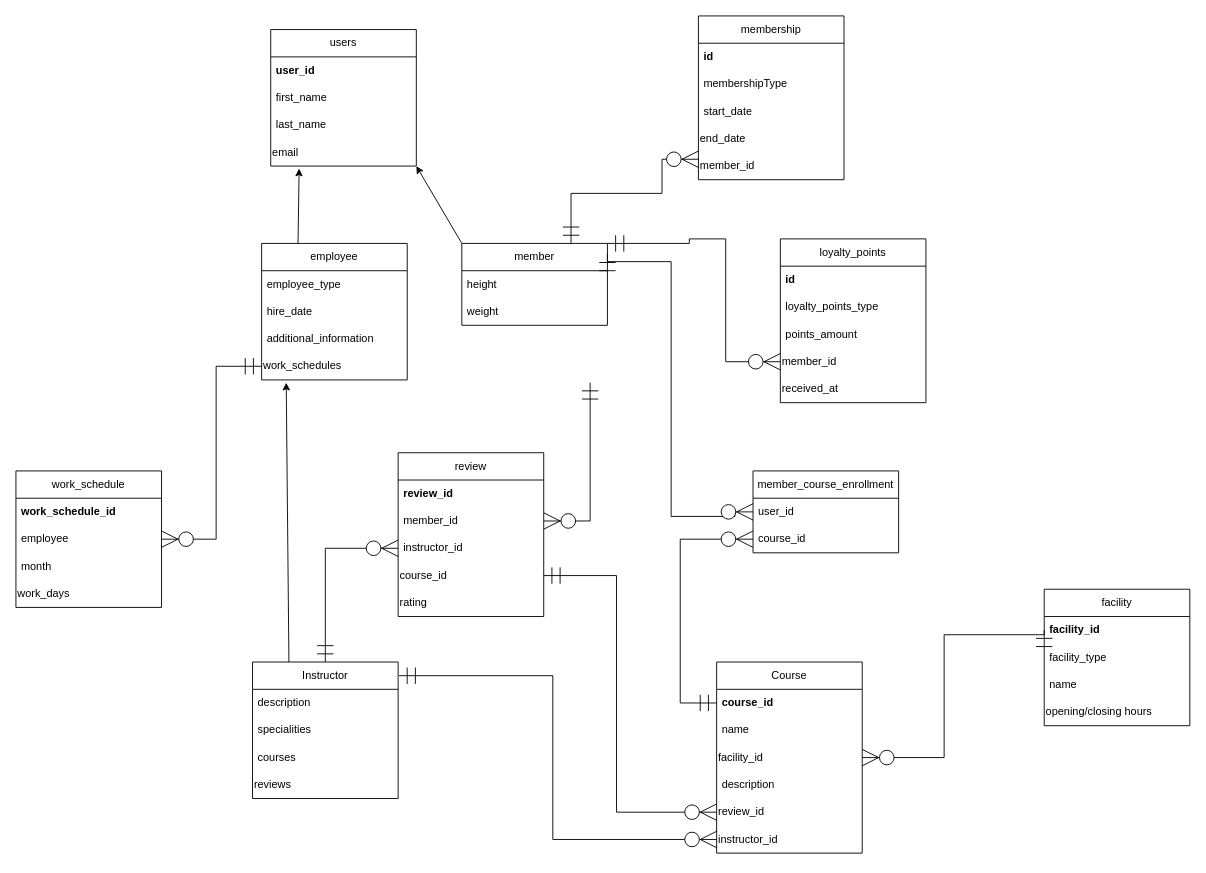
Shanzeee/ZenithActive keeps this draw.io diagram as database_schema.drawio. Above is the earlier version. Source tidied: cells renumbered, new cells numbered last; positions are measured from the earlier drawing's top-left corner, leaving out a move shared by most shapes. Both pictures are drawn from the tidied source at 91%, with x=0, y=0 at pixel (15, 15).
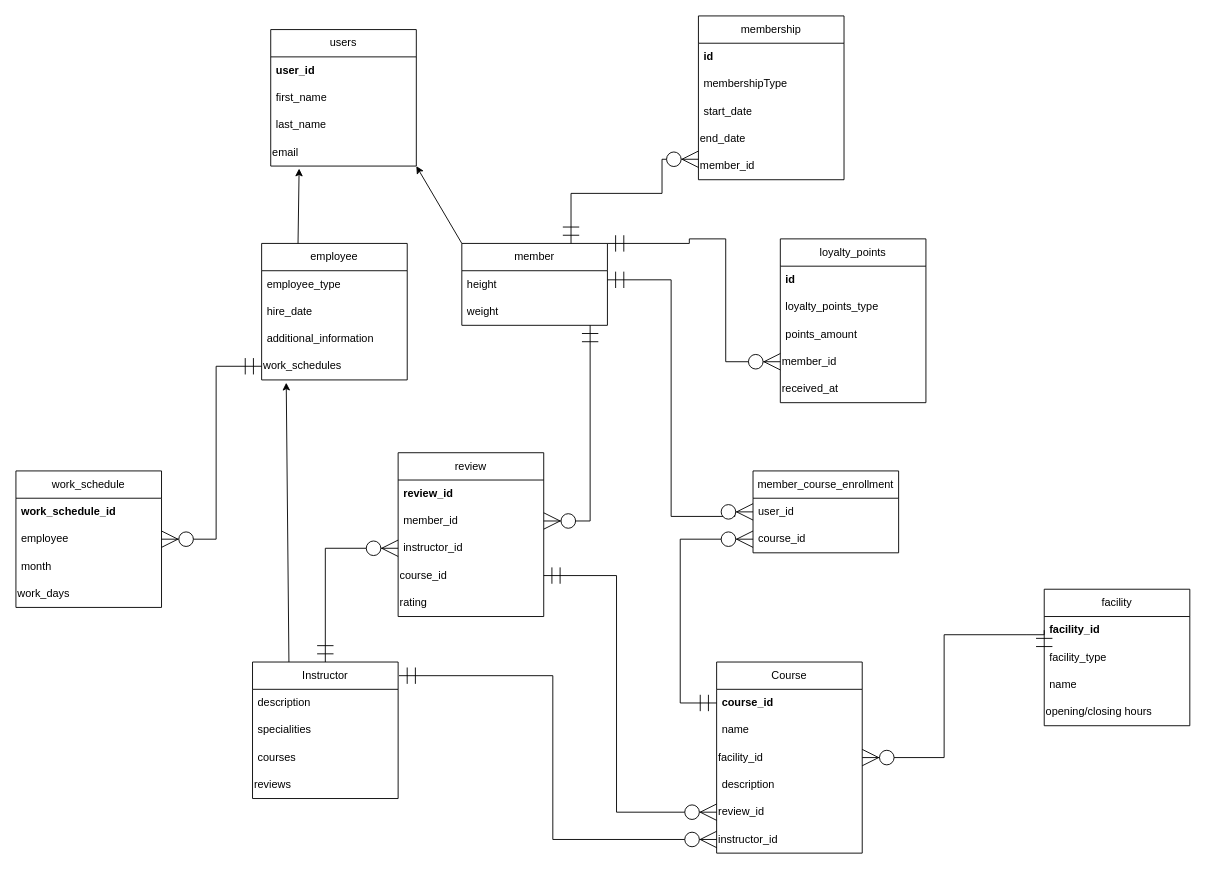
The same diagram, later.

Commit message (it also covers changes not shown here):
[new] update database schema

Unchanged cells that the change refers to:
```xml
<mxCell id="12" value="member" style="swimlane;fontStyle=0;horizontal=1;startSize=30;whiteSpace=wrap;html=1;" parent="1" vertex="1">
  <mxGeometry x="490" y="250" width="160" height="90" as="geometry" />
</mxCell>
<mxCell id="13" value="height" style="text;strokeColor=none;fillColor=none;align=left;verticalAlign=middle;spacingLeft=4;spacingRight=4;overflow=hidden;points=[[0,0.5],[1,0.5]];portConstraint=eastwest;whiteSpace=wrap;html=1;" parent="12" vertex="1">
  <mxGeometry y="30" width="160" height="30" as="geometry" />
</mxCell>
<mxCell id="14" value="weight" style="text;strokeColor=none;fillColor=none;align=left;verticalAlign=middle;spacingLeft=4;spacingRight=4;overflow=hidden;points=[[0,0.5],[1,0.5]];portConstraint=eastwest;whiteSpace=wrap;html=1;" parent="12" vertex="1">
  <mxGeometry y="60" width="160" height="30" as="geometry" />
</mxCell>
<mxCell id="41" value="user_id" style="text;strokeColor=none;fillColor=none;align=left;verticalAlign=middle;spacingLeft=4;spacingRight=4;overflow=hidden;points=[[0,0.5],[1,0.5]];portConstraint=eastwest;whiteSpace=wrap;html=1;" parent="40" vertex="1">
  <mxGeometry y="30" width="160" height="30" as="geometry" />
</mxCell>
<mxCell id="48" value="member_id" style="text;strokeColor=none;fillColor=none;align=left;verticalAlign=middle;spacingLeft=4;spacingRight=4;overflow=hidden;points=[[0,0.5],[1,0.5]];portConstraint=eastwest;whiteSpace=wrap;html=1;" parent="46" vertex="1">
  <mxGeometry y="60" width="160" height="30" as="geometry" />
</mxCell>
```

Diff of the diagram source:
```diff
@@
-    <mxCell id="43" style="edgeStyle=orthogonalEdgeStyle;rounded=0;jettySize=auto;html=1;endArrow=ERzeroToMany;endFill=1;endSize=16;startSize=16;startArrow=ERmandOne;startFill=0;exitX=1;exitY=0.133;exitDx=0;exitDy=0;exitPerimeter=0;entryX=0;entryY=0.5;entryDx=0;entryDy=0;" parent="1" edge="1" source="12" target="41">
+    <mxCell id="43" style="edgeStyle=orthogonalEdgeStyle;rounded=0;jettySize=auto;html=1;endArrow=ERzeroToMany;endFill=1;endSize=16;startSize=16;startArrow=ERmandOne;startFill=0;entryX=0;entryY=0.5;entryDx=0;entryDy=0;" parent="1" edge="1" source="13" target="41">
       <mxGeometry relative="1" as="geometry">
         <Array as="points">
-          <mxPoint x="720" y="270" />
+          <mxPoint x="720" y="290" />
           <mxPoint x="720" y="550" />
           <mxPoint x="790" y="550" />
           <mxPoint x="790" y="545" />
         </Array>
       </mxGeometry>
     </mxCell>
@@
-    <mxCell id="52" style="edgeStyle=orthogonalEdgeStyle;rounded=0;jettySize=auto;html=1;endArrow=ERzeroToMany;endFill=1;endSize=16;startSize=16;startArrow=ERmandOne;startFill=0;entryX=1;entryY=0.5;entryDx=0;entryDy=0;exitX=0.881;exitY=1.1;exitDx=0;exitDy=0;exitPerimeter=0;" parent="1" edge="1" target="48">
+    <mxCell id="52" style="edgeStyle=orthogonalEdgeStyle;rounded=0;jettySize=auto;html=1;endArrow=ERzeroToMany;endFill=1;endSize=16;startSize=16;startArrow=ERmandOne;startFill=0;entryX=1;entryY=0.5;entryDx=0;entryDy=0;" parent="1" edge="1" source="14" target="48">
       <mxGeometry relative="1" as="geometry">
-        <mxPoint x="631" y="403" as="sourcePoint" />
         <Array as="points">
           <mxPoint x="631" y="555" />
         </Array>
       </mxGeometry>
     </mxCell>
```
